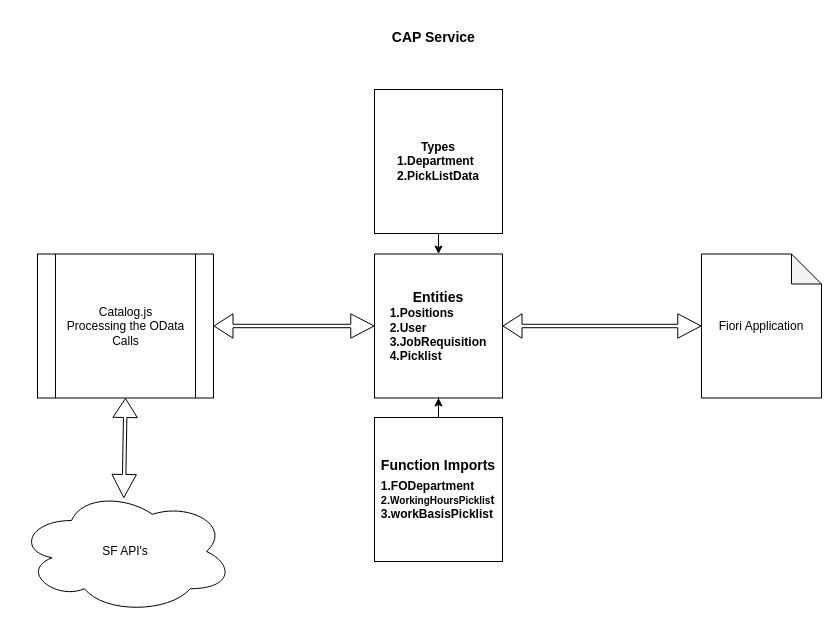
Earlier version of the draw.io diagram Untitled Diagram.drawio (Goutham-1507/Draw.io). Source tidied: cells renumbered, new cells numbered last; positions are measured from the earlier drawing's top-left corner, leaving out a move shared by most shapes. Both pictures are drawn from the tidied source at 100%, with x=0, y=0 at pixel (17, 17).
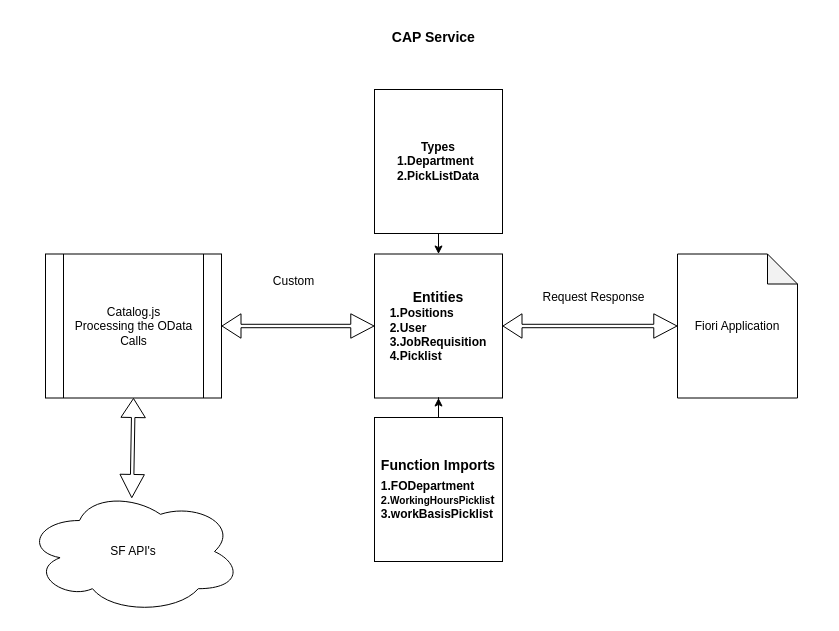
Above is the later version.

The edit, as a diff of the source:
```diff
@@
 <mxGraphModel>
   <root>
     <mxCell id="0" />
     <mxCell id="1" parent="0" />
     <mxCell id="2" value="&lt;b style=&quot;font-size: 14px;&quot;&gt;CAP Service&lt;span style=&quot;white-space: pre;&quot;&gt;&#9;&lt;/span&gt;&lt;/b&gt;" style="text;html=1;align=center;verticalAlign=middle;strokeColor=none;fillColor=none;" parent="1" vertex="1">
       <mxGeometry x="365" width="112" height="40" as="geometry" />
     </mxCell>
     <mxCell id="3" value="&lt;b&gt;&lt;font style=&quot;font-size: 14px;&quot;&gt;Entities&lt;/font&gt;&lt;br&gt;&lt;div style=&quot;text-align: left;&quot;&gt;&lt;b style=&quot;background-color: initial;&quot;&gt;1.Positions&lt;/b&gt;&lt;/div&gt;&lt;div style=&quot;&quot;&gt;&lt;div style=&quot;text-align: left;&quot;&gt;&lt;b style=&quot;background-color: initial;&quot;&gt;2.User&lt;/b&gt;&lt;/div&gt;&lt;b style=&quot;background-color: initial;&quot;&gt;&lt;div style=&quot;text-align: left;&quot;&gt;&lt;b style=&quot;background-color: initial;&quot;&gt;3.JobRequisition&lt;/b&gt;&lt;/div&gt;&lt;div style=&quot;text-align: left;&quot;&gt;&lt;b style=&quot;background-color: initial;&quot;&gt;4.Picklist&lt;/b&gt;&lt;/div&gt;&lt;/b&gt;&lt;/div&gt;&lt;/b&gt;" style="whiteSpace=wrap;html=1;align=center;" parent="1" vertex="1">
       <mxGeometry x="357" y="236.5" width="128" height="144" as="geometry" />
     </mxCell>
     <mxCell id="4" style="edgeStyle=orthogonalEdgeStyle;rounded=0;jettySize=auto;html=1;exitX=0.5;exitY=1;exitDx=0;exitDy=0;entryX=0.5;entryY=0;entryDx=0;entryDy=0;" parent="1" edge="1" source="5" target="3">
       <mxGeometry relative="1" as="geometry" />
     </mxCell>
     <mxCell id="5" value="&lt;b&gt;Types&lt;br&gt;&lt;div style=&quot;text-align: left;&quot;&gt;&lt;b style=&quot;background-color: initial;&quot;&gt;1.Department&lt;/b&gt;&lt;/div&gt;&lt;div style=&quot;text-align: left;&quot;&gt;&lt;b style=&quot;background-color: initial;&quot;&gt;2.PickListData&lt;/b&gt;&lt;/div&gt;&lt;/b&gt;" style="whiteSpace=wrap;html=1;align=center;" parent="1" vertex="1">
       <mxGeometry x="357" y="72" width="128" height="144" as="geometry" />
     </mxCell>
     <mxCell id="6" style="edgeStyle=orthogonalEdgeStyle;rounded=0;jettySize=auto;html=1;exitX=0.5;exitY=0;exitDx=0;exitDy=0;" parent="1" edge="1" source="7" target="3">
       <mxGeometry relative="1" as="geometry" />
     </mxCell>
     <mxCell id="7" value="&lt;sup&gt;&lt;font style=&quot;font-size: 14px;&quot;&gt;&lt;b&gt;Function Imports&lt;/b&gt;&lt;/font&gt;&lt;/sup&gt;&lt;br&gt;&lt;div style=&quot;font-weight: bold; text-align: left;&quot;&gt;&lt;b style=&quot;background-color: initial;&quot;&gt;1.FODepartment&lt;/b&gt;&lt;/div&gt;&lt;div style=&quot;font-weight: bold; text-align: left;&quot;&gt;&lt;b style=&quot;background-color: initial;&quot;&gt;&lt;span style=&quot;font-size: 11px;&quot;&gt;2.&lt;/span&gt;&lt;font style=&quot;font-size: 10px;&quot;&gt;WorkingHoursPicklis&lt;/font&gt;&lt;span style=&quot;&quot;&gt;t&lt;br&gt;3.workBasisPicklist&lt;/span&gt;&lt;/b&gt;&lt;/div&gt;" style="whiteSpace=wrap;html=1;align=center;" parent="1" vertex="1">
       <mxGeometry x="357" y="400" width="128" height="144" as="geometry" />
     </mxCell>
     <mxCell id="8" value="Catalog.js&lt;br&gt;Processing the OData Calls" style="shape=process;whiteSpace=wrap;html=1;backgroundOutline=1;" parent="1" vertex="1">
-      <mxGeometry x="20" y="236.5" width="176" height="144" as="geometry" />
+      <mxGeometry x="28" y="236.5" width="176" height="144" as="geometry" />
     </mxCell>
     <mxCell id="9" value="Fiori Application" style="shape=note;whiteSpace=wrap;html=1;backgroundOutline=1;darkOpacity=0.05;" parent="1" vertex="1">
-      <mxGeometry x="684" y="236.5" width="120" height="144" as="geometry" />
+      <mxGeometry x="660" y="236.5" width="120" height="144" as="geometry" />
     </mxCell>
     <mxCell id="10" style="shape=flexArrow;endArrow=classic;startArrow=classic;html=1;rounded=0;exitX=1;exitY=0.5;exitDx=0;exitDy=0;width=3.4285714285714284;endSize=7.411428571428572;entryX=0;entryY=0.5;entryDx=0;entryDy=0;" parent="1" edge="1" source="8" target="3">
       <mxGeometry relative="1" as="geometry" />
     </mxCell>
     <mxCell id="11" style="shape=flexArrow;endArrow=classic;startArrow=classic;html=1;rounded=0;width=3.4285714285714284;endSize=7.411428571428572;entryX=0;entryY=0.5;entryDx=0;entryDy=0;entryPerimeter=0;" parent="1" edge="1" source="3" target="9">
       <mxGeometry relative="1" as="geometry" />
     </mxCell>
     <mxCell id="12" value="SF API's" style="ellipse;shape=cloud;whiteSpace=wrap;html=1;" parent="1" vertex="1">
-      <mxGeometry y="472" width="216" height="124" as="geometry" />
+      <mxGeometry x="8" y="472" width="216" height="124" as="geometry" />
     </mxCell>
     <mxCell id="13" style="shape=flexArrow;endArrow=classic;startArrow=classic;html=1;rounded=0;exitX=0.5;exitY=1;exitDx=0;exitDy=0;width=3.4285714285714284;endSize=7.411428571428572;entryX=0.492;entryY=0.07;entryDx=0;entryDy=0;entryPerimeter=0;" parent="1" edge="1" source="8" target="12">
       <mxGeometry relative="1" as="geometry" />
     </mxCell>
+    <mxCell id="14" value="Request Response" style="text;html=1;align=center;verticalAlign=middle;strokeColor=none;fillColor=none;" parent="1" vertex="1">
+      <mxGeometry x="516" y="264" width="120" height="32" as="geometry" />
+    </mxCell>
+    <mxCell id="15" value="Custom" style="text;html=1;align=center;verticalAlign=middle;strokeColor=none;fillColor=none;" parent="1" vertex="1">
+      <mxGeometry x="244" y="248" width="64" height="32" as="geometry" />
+    </mxCell>
   </root>
 </mxGraphModel>
```
